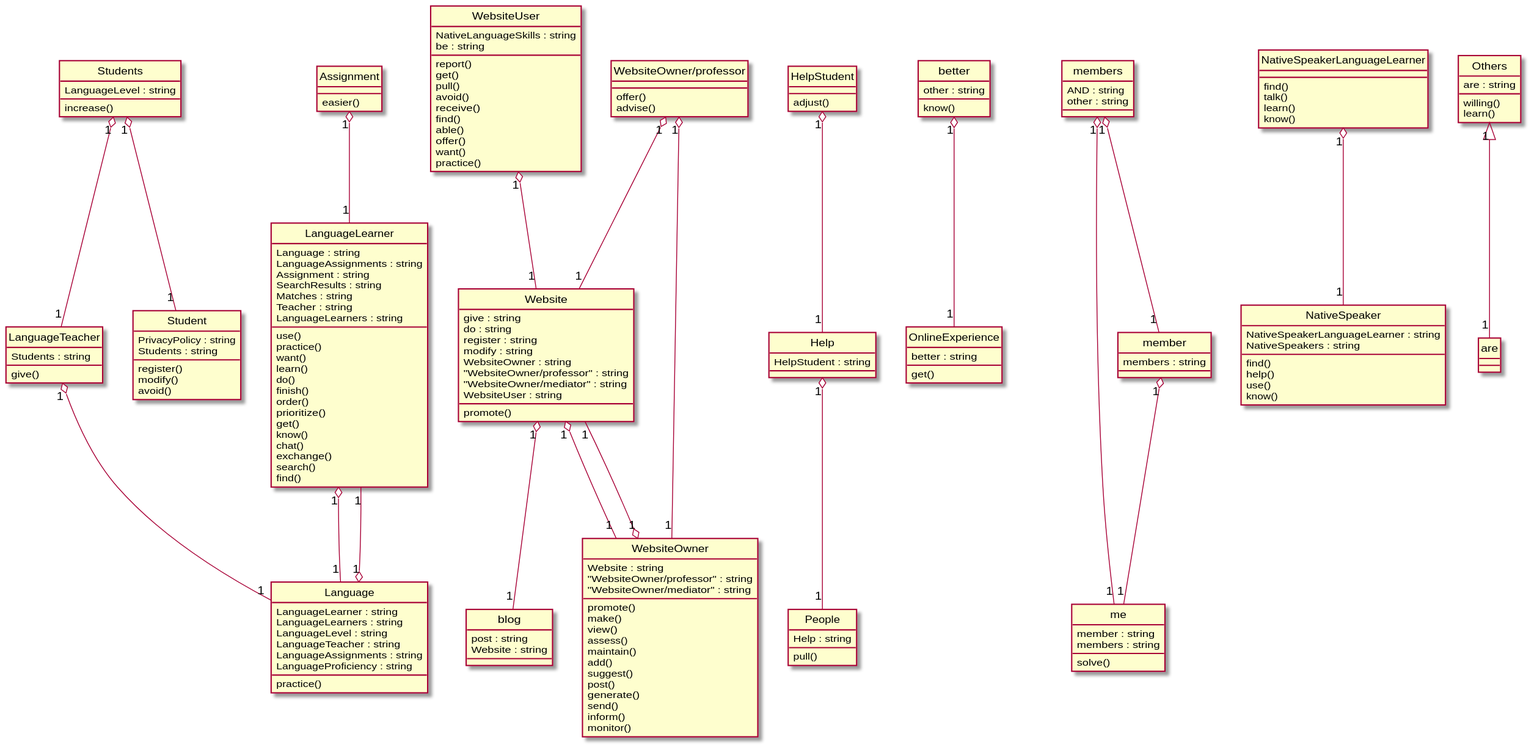
Before: Diagrams/2015-USC-Project03.svg, a diagram exported from PlantUML (xixixhalu/DomainModelExtractor).
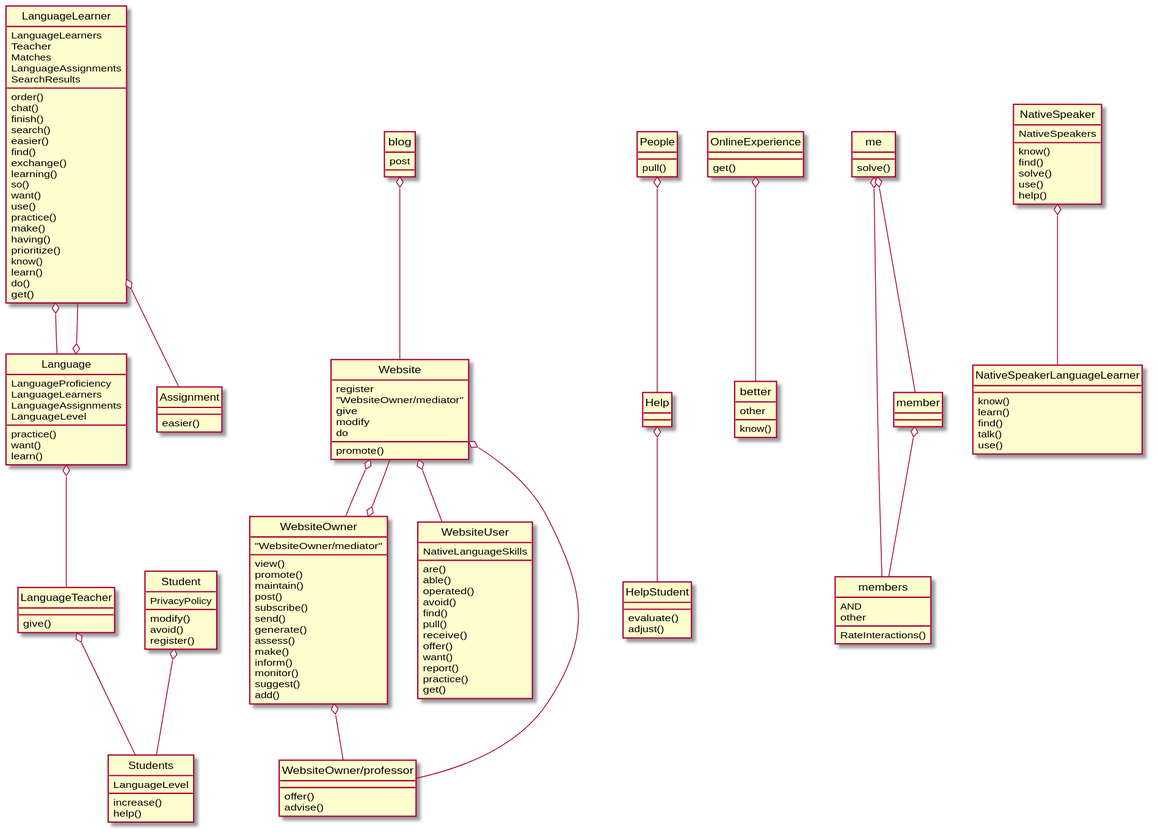
Above is the later version.

What changed in the source:
```diff
@@ -1,146 +1,136 @@
 @startuml
 hide circle
 class LanguageLearner {
-	Language : string
-	LanguageAssignments : string
-	Assignment : string
-	SearchResults : string
-	Matches : string
-	Teacher : string
-	LanguageLearners : string
+	LanguageLearners
+	Teacher
+	Matches
+	LanguageAssignments
+	SearchResults
+	order()
+	chat()
+	finish()
+	search()
+	easier()
+	find()
+	exchange()
+	learning()
+	so()
+	want()
 	use()
+	practice()
+	make()
+	having()
+	prioritize()
+	know()
+	learn()
+	do()
+	get()
+}
+class Website {
+	register
+	"WebsiteOwner/mediator"
+	give
+	modify
+	do
+	promote()
+}
+class LanguageTeacher {
+	give()
+}
+class People {
+	pull()
+}
+class WebsiteOwner {
+	"WebsiteOwner/mediator"
+	view()
+	promote()
+	maintain()
+	post()
+	subscribe()
+	send()
+	generate()
+	assess()
+	make()
+	inform()
+	monitor()
+	suggest()
+	add()
+}
+class Student {
+	PrivacyPolicy
+	modify()
+	avoid()
+	register()
+}
+class better {
+	other
+	know()
+}
+class blog {
+	post
+}
+class OnlineExperience {
+	get()
+}
+class members {
+	AND
+	other
+	RateInteractions()
+}
+class WebsiteUser {
+	NativeLanguageSkills
+	are()
+	able()
+	operated()
+	avoid()
+	find()
+	pull()
+	receive()
+	offer()
+	want()
+	report()
+	practice()
+	get()
+}
+class Students {
+	LanguageLevel
+	increase()
+	help()
+}
+class Help {
+}
+class me {
+	solve()
+}
+class NativeSpeaker {
+	NativeSpeakers
+	know()
+	find()
+	solve()
+	use()
+	help()
+}
+class member {
+}
+class Language {
+	LanguageProficiency
+	LanguageLearners
+	LanguageAssignments
+	LanguageLevel
 	practice()
 	want()
 	learn()
-	do()
-	finish()
-	order()
-	prioritize()
-	get()
-	know()
-	chat()
-	exchange()
-	search()
-	find()
-}
-class Website {
-	give : string
-	do : string
-	register : string
-	modify : string
-	WebsiteOwner : string
-	"WebsiteOwner/professor" : string
-	"WebsiteOwner/mediator" : string
-	WebsiteUser : string
-	promote()
-}
-class LanguageTeacher {
-	Students : string
-	give()
-}
-class People {
-	Help : string
-	pull()
-}
-class WebsiteOwner {
-	Website : string
-	"WebsiteOwner/professor" : string
-	"WebsiteOwner/mediator" : string
-	promote()
-	make()
-	view()
-	assess()
-	maintain()
-	add()
-	suggest()
-	post()
-	generate()
-	send()
-	inform()
-	monitor()
-}
-class Student {
-	PrivacyPolicy : string
-	Students : string
-	register()
-	modify()
-	avoid()
-}
-class better {
-	other : string
-	know()
-}
-class blog {
-	post : string
-	Website : string
-}
-class OnlineExperience {
-	better : string
-	get()
-}
-class members {
-	AND : string
-	other : string
-}
-class WebsiteUser {
-	NativeLanguageSkills : string
-	be : string
-	report()
-	get()
-	pull()
-	avoid()
-	receive()
-	find()
-	able()
-	offer()
-	want()
-	practice()
-}
-class Students {
-	LanguageLevel : string
-	increase()
-}
-class NativeSpeaker {
-	NativeSpeakerLanguageLearner : string
-	NativeSpeakers : string
-	find()
-	help()
-	use()
-	know()
-}
-class me {
-	member : string
-	members : string
-	solve()
-}
-class Language {
-	LanguageLearner : string
-	LanguageLearners : string
-	LanguageLevel : string
-	LanguageTeacher : string
-	LanguageAssignments : string
-	LanguageProficiency : string
-	practice()
-}
-class Help {
-	HelpStudent : string
-}
-class member {
-	members : string
-}
-class Others {
-	are : string
-	willing()
-	learn()
 }
 class HelpStudent {
+	evaluate()
 	adjust()
 }
 class NativeSpeakerLanguageLearner {
+	know()
+	learn()
 	find()
 	talk()
-	learn()
-	know()
+	use()
 }
 class Assignment {
 	easier()
@@ -149,24 +139,23 @@
 	offer()
 	advise()
 }
-better "1" o-- "1" OnlineExperience
-NativeSpeakerLanguageLearner "1" o-- "1" NativeSpeaker
-members "1" o-- "1" me
-member "1" o-- "1" me
-LanguageLearner "1" o-- "1" Language
-LanguageTeacher "1" o-- "1" Language
-HelpStudent "1" o-- "1" Help
-members "1" o-- "1" member
-Others "1" <|-- "1" are
-Language "1" o-- "1" LanguageLearner
-Assignment "1" o-- "1" LanguageLearner
-WebsiteOwner "1" o-- "1" Website
-WebsiteUser "1" o-- "1" Website
-"WebsiteOwner/professor" "1" o-- "1" Website
-Students "1" o-- "1" LanguageTeacher
-Help "1" o-- "1" People
-Website "1" o-- "1" WebsiteOwner
-"WebsiteOwner/professor" "1" o-- "1" WebsiteOwner
-Students "1" o-- "1" Student
-Website "1" o-- "1" blog
+Student o-- Students
+Language o-- LanguageLearner
+blog o-- Website
+OnlineExperience o-- better
+Language o-- LanguageTeacher
+Help o-- HelpStudent
+me o-- members
+People o-- Help
+WebsiteOwner o-- "WebsiteOwner/professor"
+LanguageLearner o-- Language
+WebsiteOwner o-- Website
+LanguageLearner o-- Assignment
+LanguageTeacher o-- Students
+Website o-- "WebsiteOwner/professor"
+Website o-- WebsiteUser
+Website o-- WebsiteOwner
+member o-- members
+NativeSpeaker o-- NativeSpeakerLanguageLearner
+me o-- member
 @enduml
```
